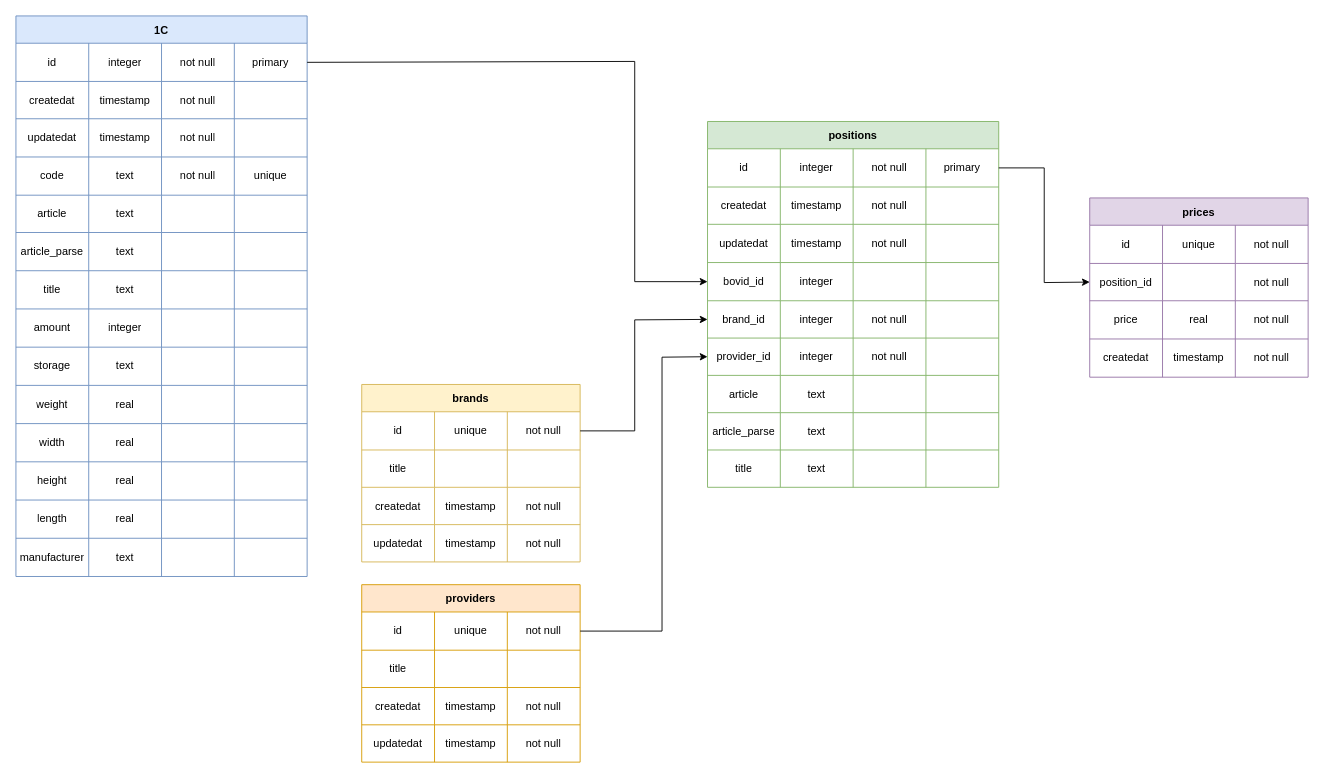
Before: page "Page-1" (1 of 2) of docs/schema/db.drawio in GeoS74/bridge, a draw.io diagram. Source tidied: cells renumbered, new cells numbered last; positions are measured from the earlier drawing's top-left corner, leaving out a move shared by most shapes. Both pictures are drawn from the tidied source at 91%, with x=0, y=0 at pixel (15, 15).
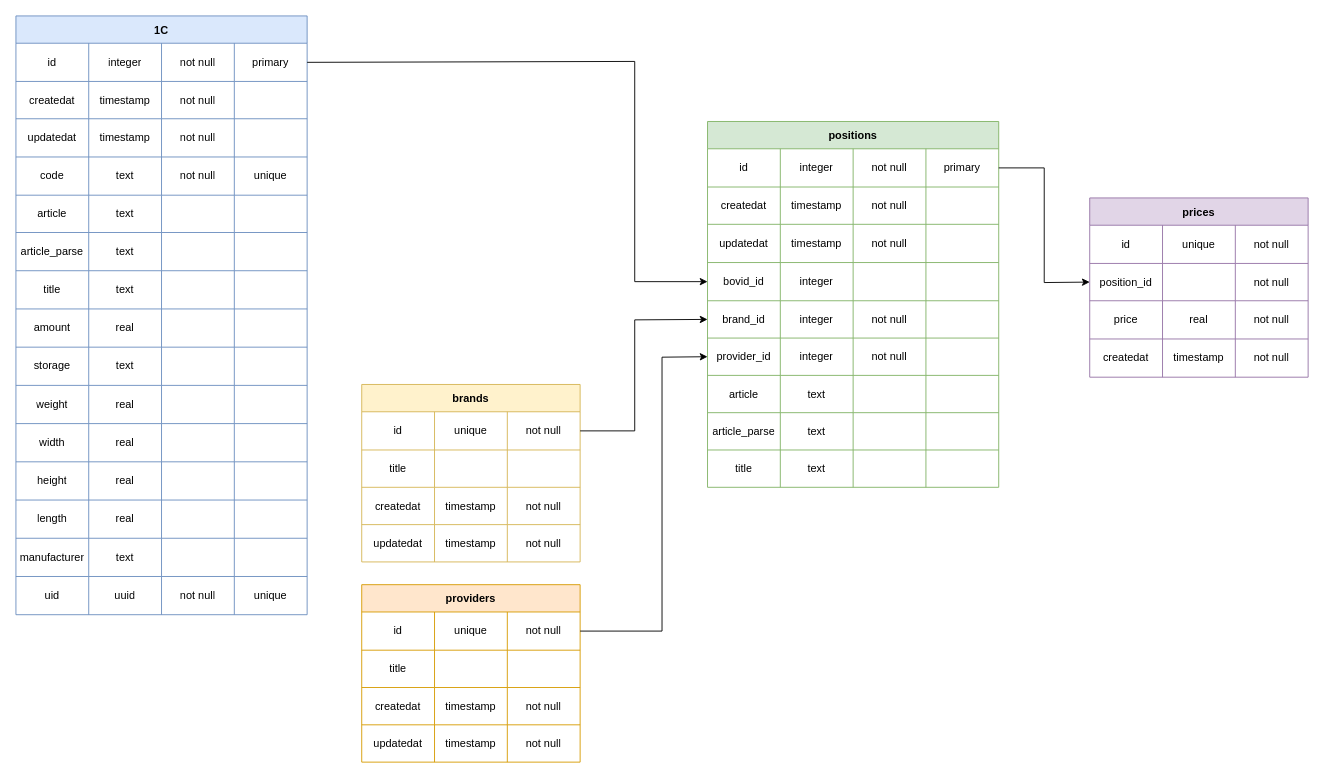
Above is the later version.

The change refers to these unchanged cells:
```xml
<mxCell id="38" style="shape=tableRow;horizontal=0;startSize=0;swimlaneHead=0;swimlaneBody=0;top=0;left=0;bottom=0;right=0;fillColor=none;" parent="2" vertex="1">
  <mxGeometry y="322" width="320" height="42" as="geometry" />
</mxCell>
```

Change to the diagram source:
```diff
@@
     <mxCell id="2" value="1C" style="shape=table;startSize=30;childLayout=tableLayout;fontStyle=1;align=center;fillColor=#dae8fc;strokeColor=#6c8ebf;" parent="1" vertex="1">
-      <mxGeometry width="320" height="616" as="geometry" />
+      <mxGeometry width="320" height="658" as="geometry" />
     </mxCell>
@@
-    <mxCell id="40" value="integer" style="shape=partialRectangle;html=1;whiteSpace=wrap;fillColor=none;top=0;left=0;bottom=0;right=0;overflow=hidden;" parent="38" vertex="1">
+    <mxCell id="40" value="real" style="shape=partialRectangle;html=1;whiteSpace=wrap;fillColor=none;top=0;left=0;bottom=0;right=0;overflow=hidden;" parent="38" vertex="1">
       <mxGeometry x="80" width="80" height="42" as="geometry" />
     </mxCell>
@@
+    <mxCell id="174" style="shape=tableRow;horizontal=0;startSize=0;swimlaneHead=0;swimlaneBody=0;top=0;left=0;bottom=0;right=0;fillColor=none;" parent="2" vertex="1">
+      <mxGeometry y="616" width="320" height="42" as="geometry" />
+    </mxCell>
+    <mxCell id="175" value="uid" style="shape=partialRectangle;html=1;whiteSpace=wrap;fillColor=none;top=0;left=0;bottom=0;right=0;overflow=hidden;" parent="174" vertex="1">
+      <mxGeometry width="80" height="42" as="geometry" />
+    </mxCell>
+    <mxCell id="176" value="uuid" style="shape=partialRectangle;html=1;whiteSpace=wrap;fillColor=none;top=0;left=0;bottom=0;right=0;overflow=hidden;" parent="174" vertex="1">
+      <mxGeometry x="80" width="80" height="42" as="geometry" />
+    </mxCell>
+    <mxCell id="177" value="not null" style="shape=partialRectangle;html=1;whiteSpace=wrap;fillColor=none;top=0;left=0;bottom=0;right=0;overflow=hidden;" parent="174" vertex="1">
+      <mxGeometry x="160" width="80" height="42" as="geometry" />
+    </mxCell>
+    <mxCell id="178" value="unique" style="shape=partialRectangle;html=1;whiteSpace=wrap;fillColor=none;top=0;left=0;bottom=0;right=0;overflow=hidden;" parent="174" vertex="1">
+      <mxGeometry x="240" width="80" height="42" as="geometry" />
+    </mxCell>
```
